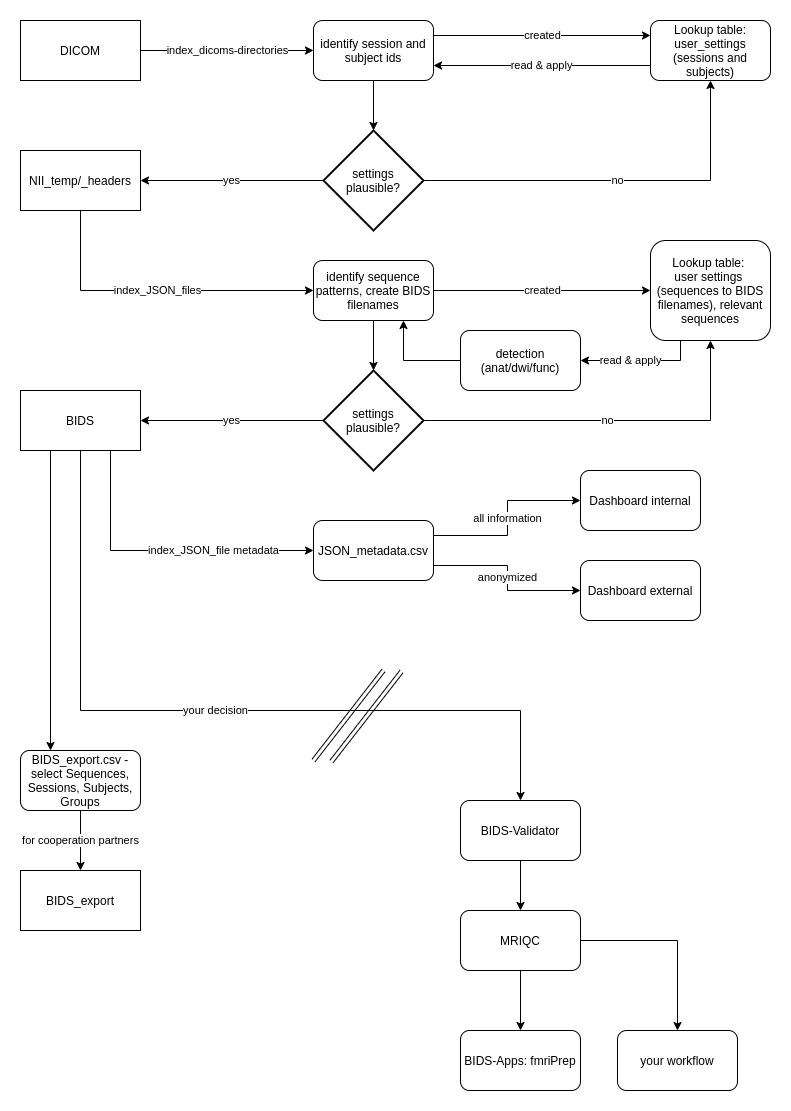
The draw.io diagram workflow/Workflow.png in wulms/BiDirect_BIDS_Converter, before a commit. Source tidied: cells renumbered, new cells last; positions are measured from the earlier drawing's top-left corner, leaving out a move shared by most shapes. Its diagram source:
```xml
<mxGraphModel>
  <root>
    <mxCell id="0" />
    <mxCell id="1" parent="0" />
    <mxCell id="2" value="DICOM" style="rounded=0;whiteSpace=wrap;html=1;" parent="1" vertex="1">
      <mxGeometry width="120" height="60" as="geometry" />
    </mxCell>
    <mxCell id="3" value="index_dicoms-directories" style="endArrow=classic;html=1;exitX=1;exitY=0.5;exitDx=0;exitDy=0;entryX=0;entryY=0.5;entryDx=0;entryDy=0;" parent="1" edge="1" source="2" target="6">
      <mxGeometry relative="1" as="geometry" />
    </mxCell>
    <mxCell id="4" value="created" style="edgeStyle=orthogonalEdgeStyle;rounded=0;jettySize=auto;html=1;exitX=1;exitY=0.25;exitDx=0;exitDy=0;entryX=0;entryY=0.25;entryDx=0;entryDy=0;" parent="1" edge="1" source="6" target="8">
      <mxGeometry relative="1" as="geometry" />
    </mxCell>
    <mxCell id="5" style="edgeStyle=orthogonalEdgeStyle;rounded=0;jettySize=auto;html=1;exitX=0.5;exitY=1;exitDx=0;exitDy=0;entryX=0.5;entryY=0;entryDx=0;entryDy=0;entryPerimeter=0;" parent="1" edge="1" source="6" target="13">
      <mxGeometry relative="1" as="geometry" />
    </mxCell>
    <mxCell id="6" value="identify session and subject ids" style="rounded=1;whiteSpace=wrap;html=1;" parent="1" vertex="1">
      <mxGeometry x="293" width="120" height="60" as="geometry" />
    </mxCell>
    <mxCell id="7" value="read &amp;amp; apply" style="edgeStyle=orthogonalEdgeStyle;rounded=0;jettySize=auto;html=1;exitX=0;exitY=0.75;exitDx=0;exitDy=0;entryX=1;entryY=0.75;entryDx=0;entryDy=0;" parent="1" edge="1" source="8" target="6">
      <mxGeometry relative="1" as="geometry" />
    </mxCell>
    <mxCell id="8" value="Lookup table: user_settings (sessions and subjects)" style="rounded=1;whiteSpace=wrap;html=1;" parent="1" vertex="1">
      <mxGeometry x="630" width="120" height="60" as="geometry" />
    </mxCell>
    <mxCell id="9" value="index_JSON_files" style="edgeStyle=orthogonalEdgeStyle;rounded=0;jettySize=auto;html=1;exitX=0.5;exitY=1;exitDx=0;exitDy=0;entryX=0;entryY=0.5;entryDx=0;entryDy=0;" parent="1" edge="1" source="10" target="19">
      <mxGeometry relative="1" as="geometry" />
    </mxCell>
    <mxCell id="10" value="NII_temp/_headers" style="rounded=0;whiteSpace=wrap;html=1;" parent="1" vertex="1">
      <mxGeometry y="130" width="120" height="60" as="geometry" />
    </mxCell>
    <mxCell id="11" value="yes" style="edgeStyle=orthogonalEdgeStyle;rounded=0;jettySize=auto;html=1;exitX=0;exitY=0.5;exitDx=0;exitDy=0;exitPerimeter=0;entryX=1;entryY=0.5;entryDx=0;entryDy=0;" parent="1" edge="1" source="13" target="10">
      <mxGeometry relative="1" as="geometry" />
    </mxCell>
    <mxCell id="12" value="no" style="edgeStyle=orthogonalEdgeStyle;rounded=0;jettySize=auto;html=1;exitX=1;exitY=0.5;exitDx=0;exitDy=0;exitPerimeter=0;entryX=0.5;entryY=1;entryDx=0;entryDy=0;" parent="1" edge="1" source="13" target="8">
      <mxGeometry relative="1" as="geometry" />
    </mxCell>
    <mxCell id="13" value="settings plausible?" style="strokeWidth=2;html=1;shape=mxgraph.flowchart.decision;whiteSpace=wrap;" parent="1" vertex="1">
      <mxGeometry x="303" y="110" width="100" height="100" as="geometry" />
    </mxCell>
    <mxCell id="14" value="your decision" style="edgeStyle=orthogonalEdgeStyle;rounded=0;jettySize=auto;html=1;exitX=0.5;exitY=1;exitDx=0;exitDy=0;entryX=0.5;entryY=0;entryDx=0;entryDy=0;" parent="1" edge="1" source="16" target="28">
      <mxGeometry relative="1" as="geometry">
        <Array as="points">
          <mxPoint x="60" y="690" />
          <mxPoint x="500" y="690" />
        </Array>
      </mxGeometry>
    </mxCell>
    <mxCell id="15" value="index_JSON_file metadata" style="edgeStyle=orthogonalEdgeStyle;rounded=0;jettySize=auto;html=1;exitX=0.75;exitY=1;exitDx=0;exitDy=0;entryX=0;entryY=0.5;entryDx=0;entryDy=0;" parent="1" edge="1" source="16" target="36">
      <mxGeometry x="0.34" relative="1" as="geometry" />
    </mxCell>
    <mxCell id="16" value="BIDS" style="rounded=0;whiteSpace=wrap;html=1;" parent="1" vertex="1">
      <mxGeometry y="370" width="120" height="60" as="geometry" />
    </mxCell>
    <mxCell id="17" value="created" style="edgeStyle=orthogonalEdgeStyle;rounded=0;jettySize=auto;html=1;exitX=1;exitY=0.5;exitDx=0;exitDy=0;entryX=0;entryY=0.5;entryDx=0;entryDy=0;" parent="1" edge="1" source="19" target="21">
      <mxGeometry relative="1" as="geometry" />
    </mxCell>
    <mxCell id="18" style="edgeStyle=orthogonalEdgeStyle;rounded=0;jettySize=auto;html=1;exitX=0.5;exitY=1;exitDx=0;exitDy=0;" parent="1" edge="1" source="19" target="24">
      <mxGeometry relative="1" as="geometry" />
    </mxCell>
    <mxCell id="19" value="identify sequence patterns, create BIDS filenames" style="rounded=1;whiteSpace=wrap;html=1;" parent="1" vertex="1">
      <mxGeometry x="293" y="240" width="120" height="60" as="geometry" />
    </mxCell>
    <mxCell id="20" value="read &amp;amp; apply" style="edgeStyle=orthogonalEdgeStyle;rounded=0;jettySize=auto;html=1;exitX=0.25;exitY=1;exitDx=0;exitDy=0;entryX=1;entryY=0.5;entryDx=0;entryDy=0;" parent="1" edge="1" source="21" target="26">
      <mxGeometry x="0.17" relative="1" as="geometry" />
    </mxCell>
    <mxCell id="21" value="Lookup table: &lt;br&gt;user settings &lt;br&gt;(sequences to BIDS filenames), relevant sequences" style="rounded=1;whiteSpace=wrap;html=1;" parent="1" vertex="1">
      <mxGeometry x="630" y="220" width="120" height="100" as="geometry" />
    </mxCell>
    <mxCell id="22" value="no" style="edgeStyle=orthogonalEdgeStyle;rounded=0;jettySize=auto;html=1;exitX=1;exitY=0.5;exitDx=0;exitDy=0;exitPerimeter=0;entryX=0.5;entryY=1;entryDx=0;entryDy=0;" parent="1" edge="1" source="24" target="21">
      <mxGeometry relative="1" as="geometry" />
    </mxCell>
    <mxCell id="23" value="yes" style="edgeStyle=orthogonalEdgeStyle;rounded=0;jettySize=auto;html=1;exitX=0;exitY=0.5;exitDx=0;exitDy=0;exitPerimeter=0;" parent="1" edge="1" source="24" target="16">
      <mxGeometry relative="1" as="geometry" />
    </mxCell>
    <mxCell id="24" value="settings plausible?" style="strokeWidth=2;html=1;shape=mxgraph.flowchart.decision;whiteSpace=wrap;" parent="1" vertex="1">
      <mxGeometry x="303" y="350" width="100" height="100" as="geometry" />
    </mxCell>
    <mxCell id="25" style="edgeStyle=orthogonalEdgeStyle;rounded=0;jettySize=auto;html=1;exitX=0;exitY=0.5;exitDx=0;exitDy=0;entryX=0.75;entryY=1;entryDx=0;entryDy=0;" parent="1" edge="1" source="26" target="19">
      <mxGeometry relative="1" as="geometry" />
    </mxCell>
    <mxCell id="26" value="detection (anat/dwi/func)" style="rounded=1;whiteSpace=wrap;html=1;" parent="1" vertex="1">
      <mxGeometry x="440" y="310" width="120" height="60" as="geometry" />
    </mxCell>
    <mxCell id="27" style="edgeStyle=orthogonalEdgeStyle;rounded=0;jettySize=auto;html=1;exitX=0.5;exitY=1;exitDx=0;exitDy=0;entryX=0.5;entryY=0;entryDx=0;entryDy=0;" parent="1" edge="1" source="28" target="31">
      <mxGeometry relative="1" as="geometry" />
    </mxCell>
    <mxCell id="28" value="BIDS-Validator" style="rounded=1;whiteSpace=wrap;html=1;" parent="1" vertex="1">
      <mxGeometry x="440" y="780" width="120" height="60" as="geometry" />
    </mxCell>
    <mxCell id="29" style="edgeStyle=orthogonalEdgeStyle;rounded=0;jettySize=auto;html=1;exitX=0.5;exitY=1;exitDx=0;exitDy=0;entryX=0.5;entryY=0;entryDx=0;entryDy=0;" parent="1" edge="1" source="31" target="32">
      <mxGeometry relative="1" as="geometry" />
    </mxCell>
    <mxCell id="30" style="edgeStyle=orthogonalEdgeStyle;rounded=0;jettySize=auto;html=1;exitX=1;exitY=0.5;exitDx=0;exitDy=0;" parent="1" edge="1" source="31" target="33">
      <mxGeometry relative="1" as="geometry" />
    </mxCell>
    <mxCell id="31" value="MRIQC" style="rounded=1;whiteSpace=wrap;html=1;" parent="1" vertex="1">
      <mxGeometry x="440" y="890" width="120" height="60" as="geometry" />
    </mxCell>
    <mxCell id="32" value="BIDS-Apps: fmriPrep" style="rounded=1;whiteSpace=wrap;html=1;" parent="1" vertex="1">
      <mxGeometry x="440" y="1010" width="120" height="60" as="geometry" />
    </mxCell>
    <mxCell id="33" value="your workflow" style="rounded=1;whiteSpace=wrap;html=1;" parent="1" vertex="1">
      <mxGeometry x="597" y="1010" width="120" height="60" as="geometry" />
    </mxCell>
    <mxCell id="34" value="all information" style="edgeStyle=orthogonalEdgeStyle;rounded=0;jettySize=auto;html=1;exitX=1;exitY=0.25;exitDx=0;exitDy=0;entryX=0;entryY=0.5;entryDx=0;entryDy=0;" parent="1" edge="1" source="36" target="37">
      <mxGeometry relative="1" as="geometry" />
    </mxCell>
    <mxCell id="35" value="anonymized" style="edgeStyle=orthogonalEdgeStyle;rounded=0;jettySize=auto;html=1;exitX=1;exitY=0.75;exitDx=0;exitDy=0;entryX=0;entryY=0.5;entryDx=0;entryDy=0;" parent="1" edge="1" source="36" target="38">
      <mxGeometry relative="1" as="geometry" />
    </mxCell>
    <mxCell id="36" value="JSON_metadata.csv" style="rounded=1;whiteSpace=wrap;html=1;" parent="1" vertex="1">
      <mxGeometry x="293" y="500" width="120" height="60" as="geometry" />
    </mxCell>
    <mxCell id="37" value="Dashboard internal" style="rounded=1;whiteSpace=wrap;html=1;" parent="1" vertex="1">
      <mxGeometry x="560" y="450" width="120" height="60" as="geometry" />
    </mxCell>
    <mxCell id="38" value="Dashboard external" style="rounded=1;whiteSpace=wrap;html=1;" parent="1" vertex="1">
      <mxGeometry x="560" y="540" width="120" height="60" as="geometry" />
    </mxCell>
    <mxCell id="39" style="shape=link;html=1;" parent="1" edge="1">
      <mxGeometry relative="1" as="geometry">
        <mxPoint x="293" y="740" as="sourcePoint" />
        <mxPoint x="363" y="650" as="targetPoint" />
      </mxGeometry>
    </mxCell>
    <mxCell id="40" style="shape=link;html=1;" parent="1" edge="1">
      <mxGeometry relative="1" as="geometry">
        <mxPoint x="311" y="741" as="sourcePoint" />
        <mxPoint x="381" y="651" as="targetPoint" />
      </mxGeometry>
    </mxCell>
    <mxCell id="41" value="BIDS_export" style="rounded=0;whiteSpace=wrap;html=1;" parent="1" vertex="1">
      <mxGeometry y="850" width="120" height="60" as="geometry" />
    </mxCell>
    <mxCell id="42" value="BIDS_export.csv - select Sequences, Sessions, Subjects, Groups" style="rounded=1;whiteSpace=wrap;html=1;" parent="1" vertex="1">
      <mxGeometry y="730" width="120" height="60" as="geometry" />
    </mxCell>
    <mxCell id="43" style="endArrow=classic;html=1;exitX=0.25;exitY=1;exitDx=0;exitDy=0;entryX=0.25;entryY=0;entryDx=0;entryDy=0;" parent="1" edge="1" source="16" target="42">
      <mxGeometry relative="1" as="geometry" />
    </mxCell>
    <mxCell id="44" value="for cooperation partners" style="endArrow=classic;html=1;exitX=0.5;exitY=1;exitDx=0;exitDy=0;" parent="1" edge="1" source="42" target="41">
      <mxGeometry relative="1" as="geometry" />
    </mxCell>
  </root>
</mxGraphModel>
```
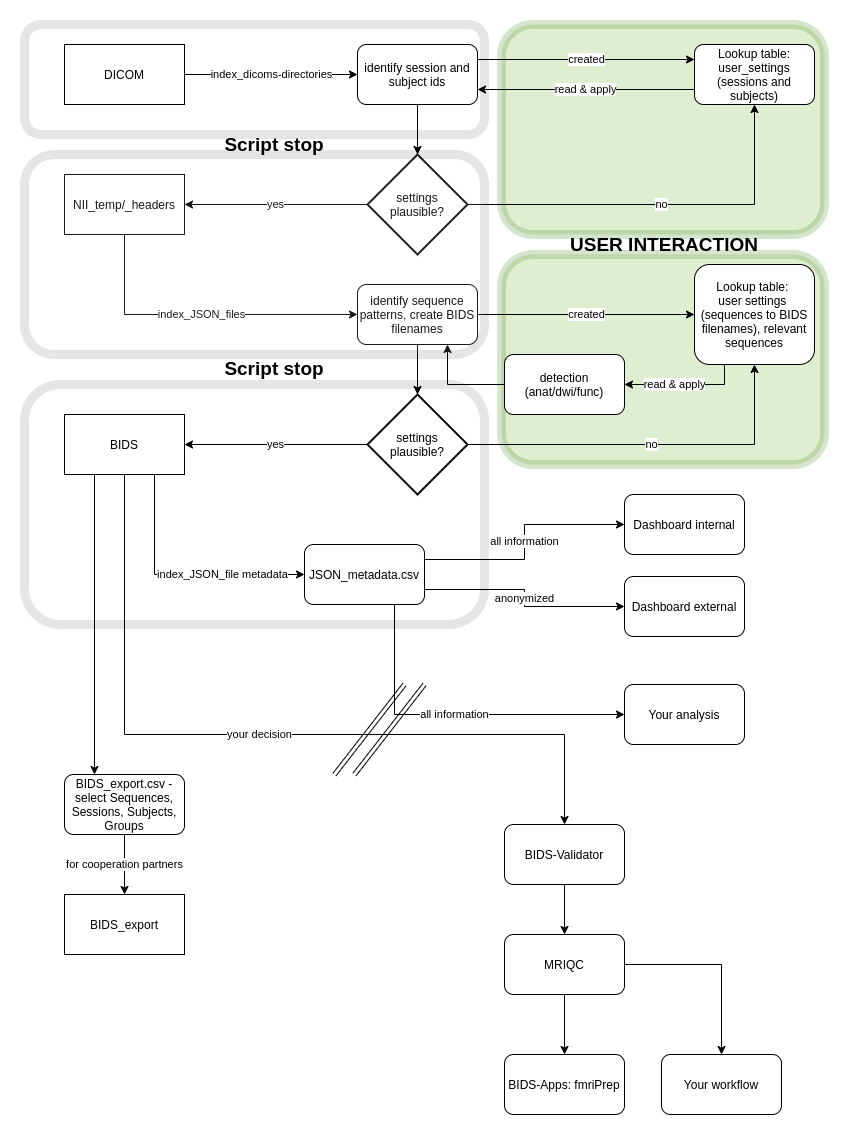
The same diagram one commit later.

The edit, as a diff of the source:
```diff
@@ -2,6 +2,18 @@
   <root>
     <mxCell id="0" />
     <mxCell id="1" parent="0" />
+    <mxCell id="45" style="rounded=1;whiteSpace=wrap;html=1;glass=0;opacity=10;strokeWidth=9;shadow=0;comic=0;gradientColor=none;labelBorderColor=#000000;" parent="1" vertex="1">
+      <mxGeometry x="-40" y="340" width="460" height="240" as="geometry" />
+    </mxCell>
+    <mxCell id="46" style="rounded=1;whiteSpace=wrap;html=1;glass=0;opacity=20;strokeWidth=9;shadow=0;comic=0;labelBorderColor=#000000;fillColor=#60a917;strokeColor=#2D7600;fontColor=#ffffff;" parent="1" vertex="1">
+      <mxGeometry x="437" y="210" width="323" height="210" as="geometry" />
+    </mxCell>
+    <mxCell id="47" style="rounded=1;whiteSpace=wrap;html=1;glass=0;opacity=20;strokeWidth=9;shadow=0;comic=0;labelBorderColor=#000000;fillColor=#60a917;strokeColor=#2D7600;fontColor=#ffffff;" parent="1" vertex="1">
+      <mxGeometry x="437" y="-20" width="323" height="210" as="geometry" />
+    </mxCell>
+    <mxCell id="48" style="rounded=1;whiteSpace=wrap;html=1;glass=0;opacity=10;strokeWidth=9;shadow=0;comic=0;gradientColor=none;labelBorderColor=#000000;" parent="1" vertex="1">
+      <mxGeometry x="-40" y="-20" width="460" height="110" as="geometry" />
+    </mxCell>
     <mxCell id="2" value="DICOM" style="rounded=0;whiteSpace=wrap;html=1;" parent="1" vertex="1">
       <mxGeometry width="120" height="60" as="geometry" />
     </mxCell>
@@ -100,7 +112,7 @@
     <mxCell id="32" value="BIDS-Apps: fmriPrep" style="rounded=1;whiteSpace=wrap;html=1;" parent="1" vertex="1">
       <mxGeometry x="440" y="1010" width="120" height="60" as="geometry" />
     </mxCell>
-    <mxCell id="33" value="your workflow" style="rounded=1;whiteSpace=wrap;html=1;" parent="1" vertex="1">
+    <mxCell id="33" value="Your workflow" style="rounded=1;whiteSpace=wrap;html=1;" parent="1" vertex="1">
       <mxGeometry x="597" y="1010" width="120" height="60" as="geometry" />
     </mxCell>
     <mxCell id="34" value="all information" style="edgeStyle=orthogonalEdgeStyle;rounded=0;jettySize=auto;html=1;exitX=1;exitY=0.25;exitDx=0;exitDy=0;entryX=0;entryY=0.5;entryDx=0;entryDy=0;" parent="1" edge="1" source="36" target="37">
@@ -110,24 +122,24 @@
       <mxGeometry relative="1" as="geometry" />
     </mxCell>
     <mxCell id="36" value="JSON_metadata.csv" style="rounded=1;whiteSpace=wrap;html=1;" parent="1" vertex="1">
-      <mxGeometry x="293" y="500" width="120" height="60" as="geometry" />
+      <mxGeometry x="240" y="500" width="120" height="60" as="geometry" />
     </mxCell>
     <mxCell id="37" value="Dashboard internal" style="rounded=1;whiteSpace=wrap;html=1;" parent="1" vertex="1">
       <mxGeometry x="560" y="450" width="120" height="60" as="geometry" />
     </mxCell>
     <mxCell id="38" value="Dashboard external" style="rounded=1;whiteSpace=wrap;html=1;" parent="1" vertex="1">
-      <mxGeometry x="560" y="540" width="120" height="60" as="geometry" />
+      <mxGeometry x="560" y="532" width="120" height="60" as="geometry" />
     </mxCell>
     <mxCell id="39" style="shape=link;html=1;" parent="1" edge="1">
       <mxGeometry relative="1" as="geometry">
-        <mxPoint x="293" y="740" as="sourcePoint" />
-        <mxPoint x="363" y="650" as="targetPoint" />
+        <mxPoint x="270" y="730" as="sourcePoint" />
+        <mxPoint x="340" y="640" as="targetPoint" />
       </mxGeometry>
     </mxCell>
     <mxCell id="40" style="shape=link;html=1;" parent="1" edge="1">
       <mxGeometry relative="1" as="geometry">
-        <mxPoint x="311" y="741" as="sourcePoint" />
-        <mxPoint x="381" y="651" as="targetPoint" />
+        <mxPoint x="290" y="730" as="sourcePoint" />
+        <mxPoint x="360" y="640" as="targetPoint" />
       </mxGeometry>
     </mxCell>
     <mxCell id="41" value="BIDS_export" style="rounded=0;whiteSpace=wrap;html=1;" parent="1" vertex="1">
@@ -142,5 +154,23 @@
     <mxCell id="44" value="for cooperation partners" style="endArrow=classic;html=1;exitX=0.5;exitY=1;exitDx=0;exitDy=0;" parent="1" edge="1" source="42" target="41">
       <mxGeometry relative="1" as="geometry" />
     </mxCell>
+    <mxCell id="49" style="rounded=1;whiteSpace=wrap;html=1;glass=0;opacity=10;strokeWidth=9;shadow=0;comic=0;gradientColor=none;labelBorderColor=#000000;" parent="1" vertex="1">
+      <mxGeometry x="-40" y="110" width="460" height="200" as="geometry" />
+    </mxCell>
+    <mxCell id="50" value="USER INTERACTION" style="text;html=1;strokeColor=none;fillColor=none;align=center;verticalAlign=middle;whiteSpace=wrap;rounded=0;shadow=0;glass=0;comic=0;opacity=20;fontStyle=1;fontSize=19;" parent="1" vertex="1">
+      <mxGeometry x="480" y="190" width="240" height="20" as="geometry" />
+    </mxCell>
+    <mxCell id="51" value="Script stop" style="text;html=1;strokeColor=none;fillColor=none;align=center;verticalAlign=middle;whiteSpace=wrap;rounded=0;shadow=0;glass=0;comic=0;opacity=20;fontStyle=1;fontSize=19;" parent="1" vertex="1">
+      <mxGeometry x="90" y="90" width="240" height="20" as="geometry" />
+    </mxCell>
+    <mxCell id="52" value="Script stop" style="text;html=1;strokeColor=none;fillColor=none;align=center;verticalAlign=middle;whiteSpace=wrap;rounded=0;shadow=0;glass=0;comic=0;opacity=20;fontStyle=1;fontSize=19;" parent="1" vertex="1">
+      <mxGeometry x="90" y="314" width="240" height="20" as="geometry" />
+    </mxCell>
+    <mxCell id="53" value="&lt;font style=&quot;font-size: 12px&quot;&gt;Your analysis&lt;/font&gt;" style="rounded=1;whiteSpace=wrap;html=1;shadow=0;glass=0;comic=0;strokeWidth=1;fontSize=12;" parent="1" vertex="1">
+      <mxGeometry x="560" y="640" width="120" height="60" as="geometry" />
+    </mxCell>
+    <mxCell id="54" value="all information" style="edgeStyle=orthogonalEdgeStyle;rounded=0;jettySize=auto;html=1;exitX=0.75;exitY=1;exitDx=0;exitDy=0;entryX=0;entryY=0.5;entryDx=0;entryDy=0;" parent="1" edge="1" source="36" target="53">
+      <mxGeometry relative="1" as="geometry" />
+    </mxCell>
   </root>
 </mxGraphModel>
```
